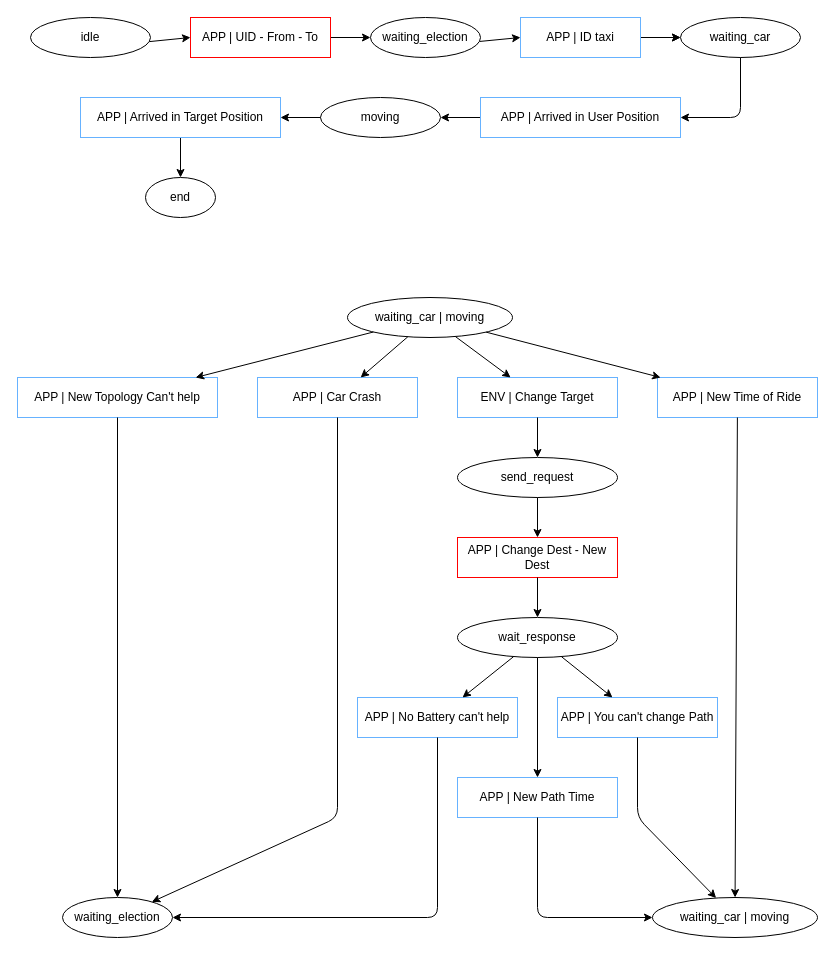
Before: relazione/automa_utente.drawio in kraots94/Sistemi, a draw.io diagram. Source tidied: cells renumbered, new cells numbered last; positions are measured from the earlier drawing's top-left corner, leaving out a move shared by most shapes. Both pictures are drawn from the tidied source at 100%, with x=0, y=0 at pixel (17, 17).
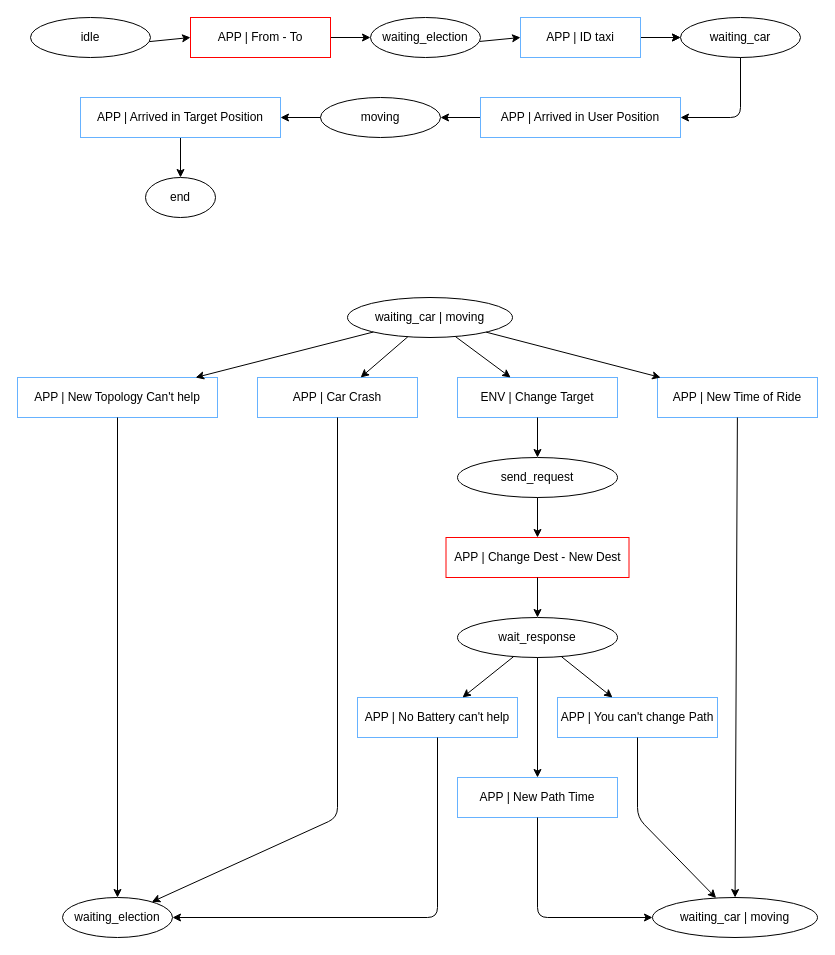
The same diagram, later.

What changed in the source:
```diff
@@
-    <mxCell id="9" value="APP | UID - From - To" style="rounded=0;whiteSpace=wrap;html=1;fillColor=none;strokeColor=#FF0000;" parent="1" vertex="1">
+    <mxCell id="9" value="APP | From - To" style="rounded=0;whiteSpace=wrap;html=1;fillColor=none;strokeColor=#FF0000;" parent="1" vertex="1">
       <mxGeometry x="173" width="140" height="40" as="geometry" />
     </mxCell>
@@
     <mxCell id="22" value="APP | Change Dest - New Dest" style="rounded=0;whiteSpace=wrap;html=1;strokeColor=#FF0000;fillColor=none;" parent="1" vertex="1">
-      <mxGeometry x="440" y="520" width="160" height="40" as="geometry" />
+      <mxGeometry x="428.5" y="520" width="183" height="40" as="geometry" />
     </mxCell>
```
